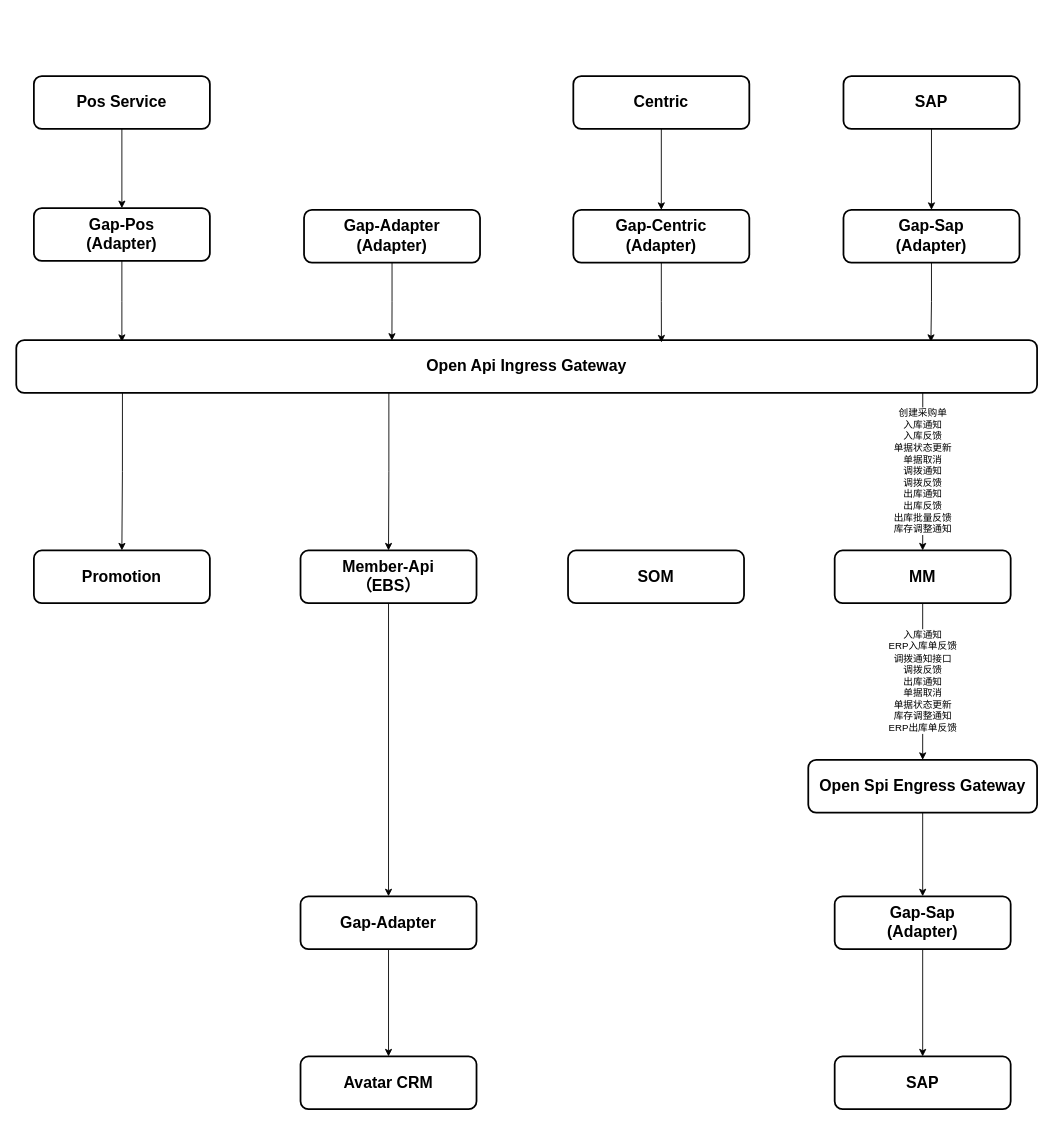
jackie-thank/beego-authz keeps this draw.io diagram as open-api&open-spi.drawio. Above is the earlier version. Source tidied: cells renumbered, new cells numbered last; positions are measured from the earlier drawing's top-left corner, leaving out a move shared by most shapes. Both pictures are drawn from the tidied source at 88%, with x=0, y=0 at pixel (16, 76).
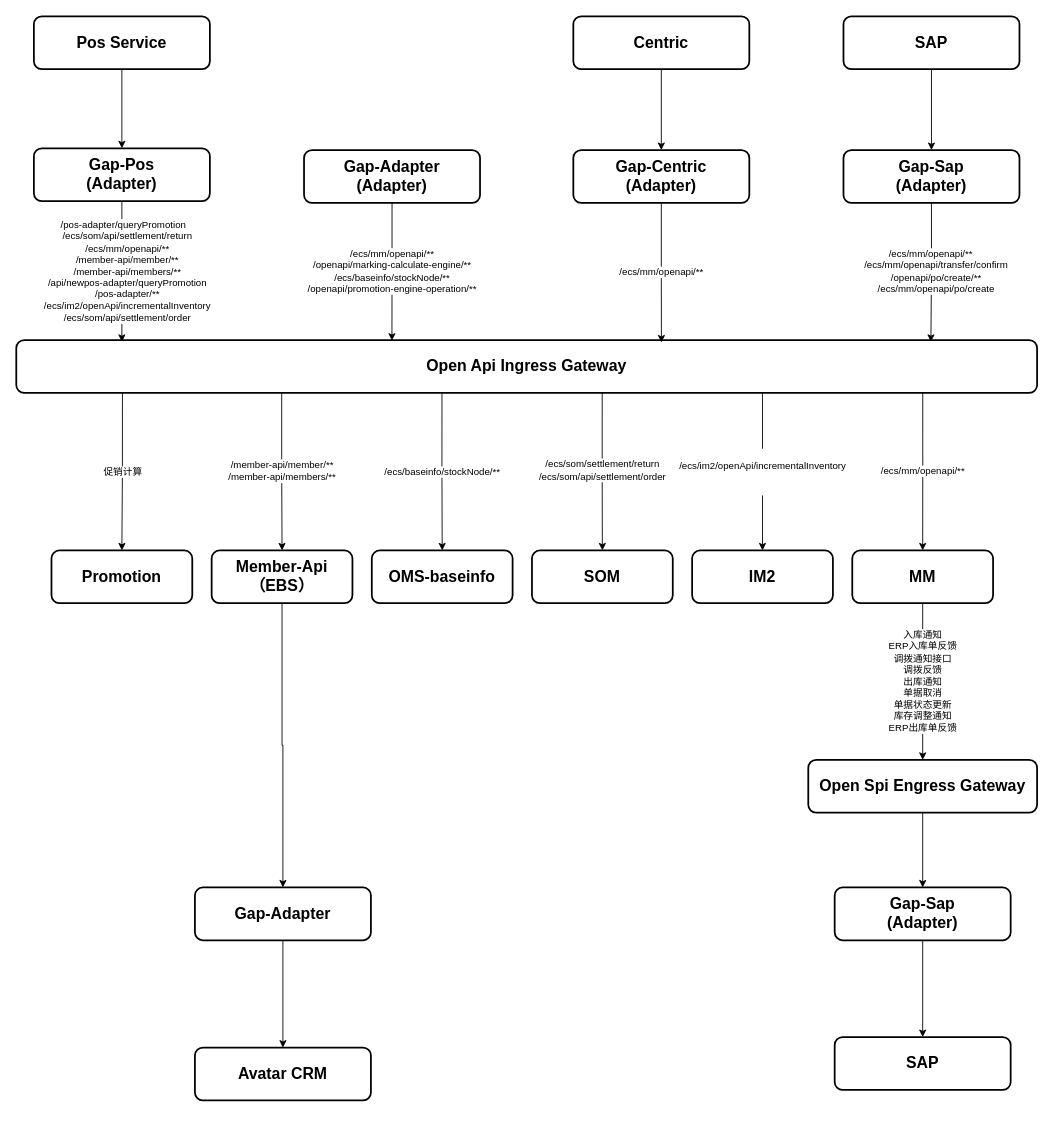
The same diagram, later.

Unchanged cells that the change refers to:
```xml
<mxCell id="5" value="Open Api Ingress Gateway" style="rounded=1;whiteSpace=wrap;html=1;strokeWidth=2;fontSize=18;fontStyle=1;align=center;" parent="1" vertex="1">
  <mxGeometry y="300" width="1160" height="60" as="geometry" />
</mxCell>
```

The edit, as a diff of the source:
```diff
@@
-    <mxCell id="2" style="edgeStyle=orthogonalEdgeStyle;rounded=0;jettySize=auto;html=1;exitX=0.104;exitY=0.967;exitDx=0;exitDy=0;exitPerimeter=0;" parent="1" edge="1" source="5" target="16">
+    <mxCell id="2" value="促销计算" style="edgeStyle=orthogonalEdgeStyle;rounded=0;jettySize=auto;html=1;exitX=0.104;exitY=0.967;exitDx=0;exitDy=0;exitPerimeter=0;" parent="1" edge="1" source="5" target="16">
       <mxGeometry relative="1" as="geometry" />
     </mxCell>
-    <mxCell id="3" style="edgeStyle=orthogonalEdgeStyle;rounded=0;jettySize=auto;html=1;exitX=0.365;exitY=0.983;exitDx=0;exitDy=0;exitPerimeter=0;" parent="1" edge="1" source="5" target="11">
+    <mxCell id="3" value="&lt;div&gt;/member-api/member/**&lt;/div&gt;&lt;div&gt;/member-api/members/**&lt;br&gt;&lt;/div&gt;" style="edgeStyle=orthogonalEdgeStyle;rounded=0;jettySize=auto;html=1;exitX=0.26;exitY=0.993;exitDx=0;exitDy=0;exitPerimeter=0;" parent="1" edge="1" source="5" target="11">
       <mxGeometry relative="1" as="geometry" />
     </mxCell>
-    <mxCell id="4" value="&lt;div&gt;创建采购单&lt;/div&gt;&lt;div&gt;入库通知&lt;/div&gt;&lt;div&gt;入库反馈&lt;/div&gt;&lt;div&gt;单据状态更新&lt;/div&gt;&lt;div&gt;单据取消&lt;/div&gt;&lt;div&gt;调拨通知&lt;/div&gt;&lt;div&gt;调拨反馈&lt;/div&gt;&lt;div&gt;出库通知&lt;/div&gt;&lt;div&gt;出库反馈&lt;/div&gt;&lt;div&gt;出库批量反馈&lt;/div&gt;&lt;div&gt;库存调整通知&lt;br&gt;&lt;/div&gt;" style="edgeStyle=orthogonalEdgeStyle;rounded=0;jettySize=auto;html=1;exitX=0.888;exitY=0.981;exitDx=0;exitDy=0;entryX=0.5;entryY=0;entryDx=0;entryDy=0;exitPerimeter=0;" parent="1" edge="1" source="5" target="9">
+    <mxCell id="4" value="/ecs/mm/openapi/**" style="edgeStyle=orthogonalEdgeStyle;rounded=0;jettySize=auto;html=1;exitX=0.888;exitY=0.981;exitDx=0;exitDy=0;entryX=0.5;entryY=0;entryDx=0;entryDy=0;exitPerimeter=0;" parent="1" edge="1" source="5" target="9">
       <mxGeometry relative="1" as="geometry" />
     </mxCell>
+    <mxCell id="34" value="&lt;div&gt;/ecs/som/settlement/return&lt;/div&gt;&lt;div&gt;/ecs/som/api/settlement/order&lt;/div&gt;" style="edgeStyle=orthogonalEdgeStyle;rounded=0;jettySize=auto;html=1;exitX=0.574;exitY=0.971;exitDx=0;exitDy=0;exitPerimeter=0;" parent="1" edge="1" source="5" target="31">
+      <mxGeometry relative="1" as="geometry" />
+    </mxCell>
+    <mxCell id="35" value="&#10;/ecs/im2/openApi/incrementalInventory&#10;&#10;" style="edgeStyle=orthogonalEdgeStyle;rounded=0;jettySize=auto;html=1;exitX=0.731;exitY=0.995;exitDx=0;exitDy=0;exitPerimeter=0;" parent="1" edge="1" source="5" target="37">
+      <mxGeometry relative="1" as="geometry" />
+    </mxCell>
+    <mxCell id="36" value="/ecs/baseinfo/stockNode/**" style="edgeStyle=orthogonalEdgeStyle;rounded=0;jettySize=auto;html=1;exitX=0.417;exitY=1.018;exitDx=0;exitDy=0;exitPerimeter=0;" parent="1" edge="1" source="5" target="38">
+      <mxGeometry relative="1" as="geometry" />
+    </mxCell>
@@
-    <mxCell id="9" value="MM" style="rounded=1;whiteSpace=wrap;html=1;strokeWidth=2;fontSize=18;fontStyle=1;align=center;" parent="1" vertex="1">
-      <mxGeometry x="930" y="539" width="200" height="60" as="geometry" />
+    <mxCell id="9" value="MM" style="rounded=1;whiteSpace=wrap;html=1;strokeWidth=2;fontSize=18;fontStyle=1;align=center;flipH=0;" parent="1" vertex="1">
+      <mxGeometry x="950" y="539" width="160" height="60" as="geometry" />
     </mxCell>
@@
-    <mxCell id="11" value="&lt;div&gt;Member-Api&lt;/div&gt;&lt;div&gt;（EBS）&lt;br&gt;&lt;/div&gt;" style="rounded=1;whiteSpace=wrap;html=1;strokeWidth=2;fontSize=18;fontStyle=1;align=center;" parent="1" vertex="1">
-      <mxGeometry x="323" y="539" width="200" height="60" as="geometry" />
+    <mxCell id="11" value="&lt;div&gt;Member-Api&lt;/div&gt;&lt;div&gt;（EBS）&lt;br&gt;&lt;/div&gt;" style="rounded=1;whiteSpace=wrap;html=1;strokeWidth=2;fontSize=18;fontStyle=1;align=center;flipH=0;" parent="1" vertex="1">
+      <mxGeometry x="222" y="539" width="160" height="60" as="geometry" />
     </mxCell>
     <mxCell id="12" value="&lt;div&gt;Gap-Pos&lt;/div&gt;&lt;div&gt;(Adapter)&lt;br&gt;&lt;/div&gt;" style="rounded=1;whiteSpace=wrap;html=1;strokeWidth=2;fontSize=18;fontStyle=1;align=center;" parent="1" vertex="1">
-      <mxGeometry x="20" y="150" width="200" height="60" as="geometry" />
+      <mxGeometry x="20" y="82" width="200" height="60" as="geometry" />
     </mxCell>
@@
     <mxCell id="14" value="&lt;div&gt;Pos Service&lt;br&gt;&lt;/div&gt;" style="rounded=1;whiteSpace=wrap;html=1;strokeWidth=2;fontSize=18;fontStyle=1;align=center;" parent="1" vertex="1">
-      <mxGeometry x="20" width="200" height="60" as="geometry" />
+      <mxGeometry x="20" y="-68" width="200" height="60" as="geometry" />
     </mxCell>
-    <mxCell id="15" style="edgeStyle=orthogonalEdgeStyle;rounded=0;jettySize=auto;html=1;exitX=0.5;exitY=1;exitDx=0;exitDy=0;" parent="1" edge="1" source="12">
+    <mxCell id="15" value="&amp;nbsp;/pos-adapter/queryPromotion&lt;br&gt;&amp;nbsp;&amp;nbsp;&amp;nbsp; /ecs/som/api/settlement/return&lt;br&gt;&amp;nbsp;&amp;nbsp;&amp;nbsp; /ecs/mm/openapi/**&lt;br&gt;&amp;nbsp;&amp;nbsp;&amp;nbsp; /member-api/member/**&lt;br&gt;&amp;nbsp;&amp;nbsp;&amp;nbsp; /member-api/members/**&lt;br&gt;&amp;nbsp;&amp;nbsp;&amp;nbsp; /api/newpos-adapter/queryPromotion&lt;br&gt;&amp;nbsp;&amp;nbsp;&amp;nbsp; /pos-adapter/**&lt;br&gt;&amp;nbsp;&amp;nbsp;&amp;nbsp; /ecs/im2/openApi/incrementalInventory&lt;br&gt;&amp;nbsp;&amp;nbsp;&amp;nbsp; /ecs/som/api/settlement/order" style="edgeStyle=orthogonalEdgeStyle;rounded=0;jettySize=auto;html=1;exitX=0.5;exitY=1;exitDx=0;exitDy=0;" parent="1" edge="1" source="12">
       <mxGeometry relative="1" as="geometry">
         <mxPoint x="120" y="302" as="targetPoint" />
       </mxGeometry>
     </mxCell>
-    <mxCell id="16" value="&lt;div&gt;Promotion&lt;br&gt;&lt;/div&gt;" style="rounded=1;whiteSpace=wrap;html=1;strokeWidth=2;fontSize=18;fontStyle=1;align=center;" parent="1" vertex="1">
-      <mxGeometry x="20" y="539" width="200" height="60" as="geometry" />
+    <mxCell id="16" value="&lt;div&gt;Promotion&lt;br&gt;&lt;/div&gt;" style="rounded=1;whiteSpace=wrap;html=1;strokeWidth=2;fontSize=18;fontStyle=1;align=center;flipH=0;" parent="1" vertex="1">
+      <mxGeometry x="40" y="539" width="160" height="60" as="geometry" />
     </mxCell>
     <mxCell id="17" value="&lt;div&gt;Gap-Sap&lt;/div&gt;&lt;div&gt;(Adapter)&lt;br&gt;&lt;/div&gt;" style="rounded=1;whiteSpace=wrap;html=1;strokeWidth=2;fontSize=18;fontStyle=1;align=center;" parent="1" vertex="1">
-      <mxGeometry x="940" y="152" width="200" height="60" as="geometry" />
+      <mxGeometry x="940" y="84" width="200" height="60" as="geometry" />
     </mxCell>
     <mxCell id="18" value="&lt;div&gt;Gap-Centric&lt;/div&gt;&lt;div&gt;(Adapter)&lt;br&gt;&lt;/div&gt;" style="rounded=1;whiteSpace=wrap;html=1;strokeWidth=2;fontSize=18;fontStyle=1;align=center;" parent="1" vertex="1">
-      <mxGeometry x="633" y="152" width="200" height="60" as="geometry" />
+      <mxGeometry x="633" y="84" width="200" height="60" as="geometry" />
     </mxCell>
@@
     <mxCell id="20" value="SAP" style="rounded=1;whiteSpace=wrap;html=1;strokeWidth=2;fontSize=18;fontStyle=1;align=center;" parent="1" vertex="1">
-      <mxGeometry x="940" width="200" height="60" as="geometry" />
+      <mxGeometry x="940" y="-68" width="200" height="60" as="geometry" />
     </mxCell>
-    <mxCell id="21" style="edgeStyle=orthogonalEdgeStyle;rounded=0;jettySize=auto;html=1;exitX=0.5;exitY=1;exitDx=0;exitDy=0;entryX=0.896;entryY=0.033;entryDx=0;entryDy=0;entryPerimeter=0;" parent="1" edge="1" source="17" target="5">
+    <mxCell id="21" value="/ecs/mm/openapi/**&#10;    /ecs/mm/openapi/transfer/confirm&#10;    /openapi/po/create/**&#10;    /ecs/mm/openapi/po/create" style="edgeStyle=orthogonalEdgeStyle;rounded=0;jettySize=auto;html=1;exitX=0.5;exitY=1;exitDx=0;exitDy=0;entryX=0.896;entryY=0.033;entryDx=0;entryDy=0;entryPerimeter=0;" parent="1" edge="1" source="17" target="5">
       <mxGeometry relative="1" as="geometry" />
     </mxCell>
     <mxCell id="22" value="SAP" style="rounded=1;whiteSpace=wrap;html=1;strokeWidth=2;fontSize=18;fontStyle=1;align=center;" parent="1" vertex="1">
-      <mxGeometry x="930" y="1114" width="200" height="60" as="geometry" />
+      <mxGeometry x="930" y="1092" width="200" height="60" as="geometry" />
     </mxCell>
@@
     <mxCell id="24" value="&lt;div&gt;Gap-Sap&lt;/div&gt;&lt;div&gt;(Adapter)&lt;/div&gt;" style="rounded=1;whiteSpace=wrap;html=1;strokeWidth=2;fontSize=18;fontStyle=1;align=center;" parent="1" vertex="1">
-      <mxGeometry x="930" y="932" width="200" height="60" as="geometry" />
+      <mxGeometry x="930" y="922" width="200" height="60" as="geometry" />
     </mxCell>
@@
     <mxCell id="26" value="Gap-Adapter" style="rounded=1;whiteSpace=wrap;html=1;strokeWidth=2;fontSize=18;fontStyle=1;align=center;" parent="1" vertex="1">
-      <mxGeometry x="323" y="932" width="200" height="60" as="geometry" />
+      <mxGeometry x="203" y="922" width="200" height="60" as="geometry" />
     </mxCell>
     <mxCell id="27" value="Avatar CRM" style="rounded=1;whiteSpace=wrap;html=1;strokeWidth=2;fontSize=18;fontStyle=1;align=center;" parent="1" vertex="1">
-      <mxGeometry x="323" y="1114" width="200" height="60" as="geometry" />
+      <mxGeometry x="203" y="1104" width="200" height="60" as="geometry" />
     </mxCell>
     <mxCell id="28" value="&lt;div&gt;Gap-Adapter&lt;/div&gt;&lt;div&gt;(Adapter)&lt;br&gt;&lt;/div&gt;" style="rounded=1;whiteSpace=wrap;html=1;strokeWidth=2;fontSize=18;fontStyle=1;align=center;" parent="1" vertex="1">
-      <mxGeometry x="327" y="152" width="200" height="60" as="geometry" />
+      <mxGeometry x="327" y="84" width="200" height="60" as="geometry" />
     </mxCell>
@@
     <mxCell id="30" value="&lt;div&gt;Centric&lt;/div&gt;" style="rounded=1;whiteSpace=wrap;html=1;strokeWidth=2;fontSize=18;fontStyle=1;align=center;" parent="1" vertex="1">
-      <mxGeometry x="633" width="200" height="60" as="geometry" />
+      <mxGeometry x="633" y="-68" width="200" height="60" as="geometry" />
     </mxCell>
-    <mxCell id="31" value="SOM" style="rounded=1;whiteSpace=wrap;html=1;strokeWidth=2;fontSize=18;fontStyle=1;align=center;" parent="1" vertex="1">
-      <mxGeometry x="627" y="539" width="200" height="60" as="geometry" />
+    <mxCell id="31" value="SOM" style="rounded=1;whiteSpace=wrap;html=1;strokeWidth=2;fontSize=18;fontStyle=1;align=center;flipH=0;" parent="1" vertex="1">
+      <mxGeometry x="586" y="539" width="160" height="60" as="geometry" />
     </mxCell>
-    <mxCell id="32" style="edgeStyle=orthogonalEdgeStyle;rounded=0;jettySize=auto;html=1;exitX=0.5;exitY=1;exitDx=0;exitDy=0;entryX=0.368;entryY=0.011;entryDx=0;entryDy=0;entryPerimeter=0;" parent="1" edge="1" source="28" target="5">
+    <mxCell id="32" value="&lt;div&gt;/ecs/mm/openapi/**&lt;/div&gt;&lt;div&gt;/openapi/marking-calculate-engine/**&lt;/div&gt;&lt;div&gt;/ecs/baseinfo/stockNode/**&lt;/div&gt;&lt;div&gt;/openapi/promotion-engine-operation/**&lt;br&gt;&lt;/div&gt;" style="edgeStyle=orthogonalEdgeStyle;rounded=0;jettySize=auto;html=1;exitX=0.5;exitY=1;exitDx=0;exitDy=0;entryX=0.368;entryY=0.011;entryDx=0;entryDy=0;entryPerimeter=0;" parent="1" edge="1" source="28" target="5">
       <mxGeometry relative="1" as="geometry" />
     </mxCell>
-    <mxCell id="33" style="edgeStyle=orthogonalEdgeStyle;rounded=0;jettySize=auto;html=1;exitX=0.5;exitY=1;exitDx=0;exitDy=0;entryX=0.632;entryY=0.045;entryDx=0;entryDy=0;entryPerimeter=0;" parent="1" edge="1" source="18" target="5">
+    <mxCell id="33" value="/ecs/mm/openapi/**" style="edgeStyle=orthogonalEdgeStyle;rounded=0;jettySize=auto;html=1;exitX=0.5;exitY=1;exitDx=0;exitDy=0;entryX=0.632;entryY=0.045;entryDx=0;entryDy=0;entryPerimeter=0;" parent="1" edge="1" source="18" target="5">
       <mxGeometry relative="1" as="geometry" />
     </mxCell>
+    <mxCell id="37" value="&lt;div&gt;IM2&lt;/div&gt;" style="rounded=1;whiteSpace=wrap;html=1;strokeWidth=2;fontSize=18;fontStyle=1;align=center;flipH=0;" parent="1" vertex="1">
+      <mxGeometry x="768" y="539" width="160" height="60" as="geometry" />
+    </mxCell>
+    <mxCell id="38" value="&lt;div&gt;OMS-baseinfo&lt;/div&gt;" style="rounded=1;whiteSpace=wrap;html=1;strokeWidth=2;fontSize=18;fontStyle=1;align=center;flipH=0;" parent="1" vertex="1">
+      <mxGeometry x="404" y="539" width="160" height="60" as="geometry" />
+    </mxCell>
```
